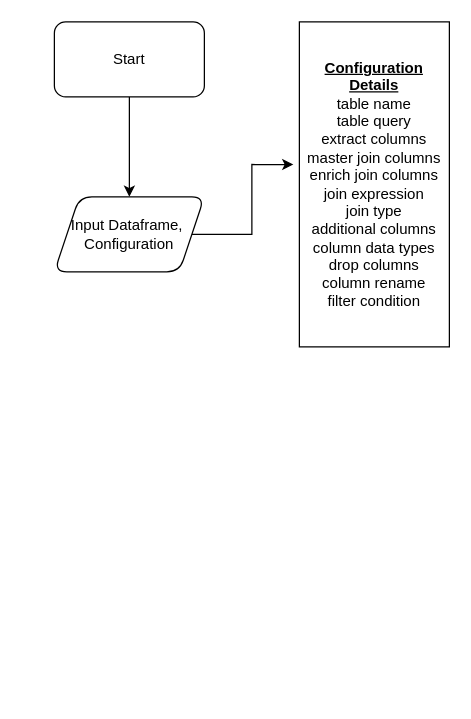
This is page "enrichment" (2 of 2) of JSONParsing.drawio from praneethsai83/GenericProcessing, a draw.io file, before an edit. Source tidied: cells renumbered, new cells numbered last; positions are measured from the earlier drawing's top-left corner, leaving out a move shared by most shapes. Both pictures are drawn from the tidied source at 125%, with x=0, y=0 at pixel (54, 21).
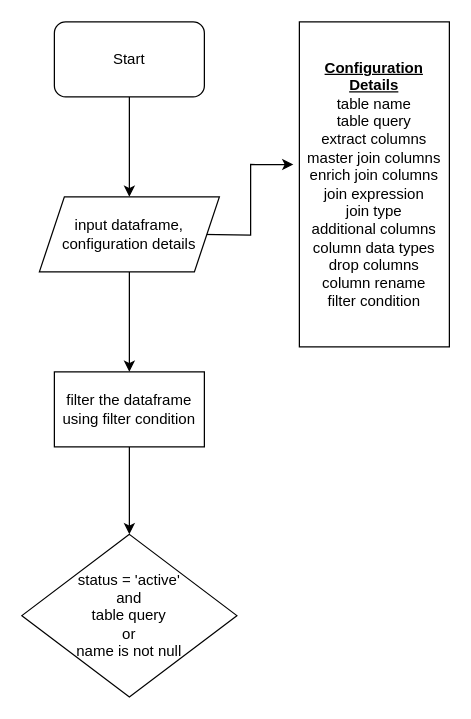
The same diagram, later.

Change to the diagram source:
```diff
@@
 <mxGraphModel>
   <root>
     <mxCell id="0" />
     <mxCell id="1" parent="0" />
-    <mxCell id="2" style="edgeStyle=orthogonalEdgeStyle;rounded=0;jettySize=auto;html=1;" parent="1" edge="1" source="3" target="5">
-      <mxGeometry relative="1" as="geometry" />
+    <mxCell id="2" style="edgeStyle=orthogonalEdgeStyle;rounded=0;jettySize=auto;html=1;" parent="1" edge="1" source="3">
+      <mxGeometry relative="1" as="geometry">
+        <mxPoint x="60" y="140" as="targetPoint" />
+      </mxGeometry>
     </mxCell>
     <mxCell id="3" value="Start" style="rounded=1;whiteSpace=wrap;html=1;" parent="1" vertex="1">
       <mxGeometry width="120" height="60" as="geometry" />
     </mxCell>
-    <mxCell id="4" style="edgeStyle=orthogonalEdgeStyle;rounded=0;jettySize=auto;html=1;entryX=-0.04;entryY=0.439;entryDx=0;entryDy=0;entryPerimeter=0;" parent="1" edge="1" source="5" target="6">
-      <mxGeometry relative="1" as="geometry" />
+    <mxCell id="4" style="edgeStyle=orthogonalEdgeStyle;rounded=0;jettySize=auto;html=1;entryX=-0.04;entryY=0.439;entryDx=0;entryDy=0;entryPerimeter=0;" parent="1" edge="1" target="6">
+      <mxGeometry relative="1" as="geometry">
+        <mxPoint x="117" y="170" as="sourcePoint" />
+      </mxGeometry>
     </mxCell>
-    <mxCell id="5" value="Input Dataframe,&amp;nbsp;&lt;br&gt;Configuration" style="shape=parallelogram;perimeter=parallelogramPerimeter;whiteSpace=wrap;html=1;fixedSize=1;rounded=1;" parent="1" vertex="1">
-      <mxGeometry y="140" width="120" height="60" as="geometry" />
-    </mxCell>
     <mxCell id="6" value="&lt;b&gt;&lt;u&gt;Configuration Details&lt;/u&gt;&lt;/b&gt;&lt;br&gt;table name&lt;br&gt;table query&lt;br&gt;extract columns&lt;br&gt;master join columns&lt;br&gt;enrich join columns&lt;br&gt;join expression&lt;br&gt;join type&lt;br&gt;additional columns&lt;br&gt;column data types&lt;br&gt;drop columns&lt;br&gt;column rename&lt;br&gt;filter condition" style="rounded=0;whiteSpace=wrap;html=1;" parent="1" vertex="1">
       <mxGeometry x="196" width="120" height="260" as="geometry" />
     </mxCell>
+    <mxCell id="7" style="edgeStyle=orthogonalEdgeStyle;rounded=0;jettySize=auto;html=1;" parent="1" edge="1" source="8" target="10">
+      <mxGeometry relative="1" as="geometry" />
+    </mxCell>
+    <mxCell id="8" value="input dataframe, configuration details" style="shape=parallelogram;perimeter=parallelogramPerimeter;whiteSpace=wrap;html=1;fixedSize=1;" parent="1" vertex="1">
+      <mxGeometry x="-12" y="140" width="144" height="60" as="geometry" />
+    </mxCell>
+    <mxCell id="9" style="edgeStyle=orthogonalEdgeStyle;rounded=0;jettySize=auto;html=1;" parent="1" edge="1" source="10" target="11">
+      <mxGeometry relative="1" as="geometry" />
+    </mxCell>
+    <mxCell id="10" value="filter the dataframe using filter condition" style="whiteSpace=wrap;html=1;" parent="1" vertex="1">
+      <mxGeometry y="280" width="120" height="60" as="geometry" />
+    </mxCell>
+    <mxCell id="11" value="status = 'active' &lt;br&gt;and &lt;br&gt;table query &lt;br&gt;or &lt;br&gt;name is not null" style="rhombus;whiteSpace=wrap;html=1;" parent="1" vertex="1">
+      <mxGeometry x="-26" y="410" width="172" height="130" as="geometry" />
+    </mxCell>
   </root>
 </mxGraphModel>
```
